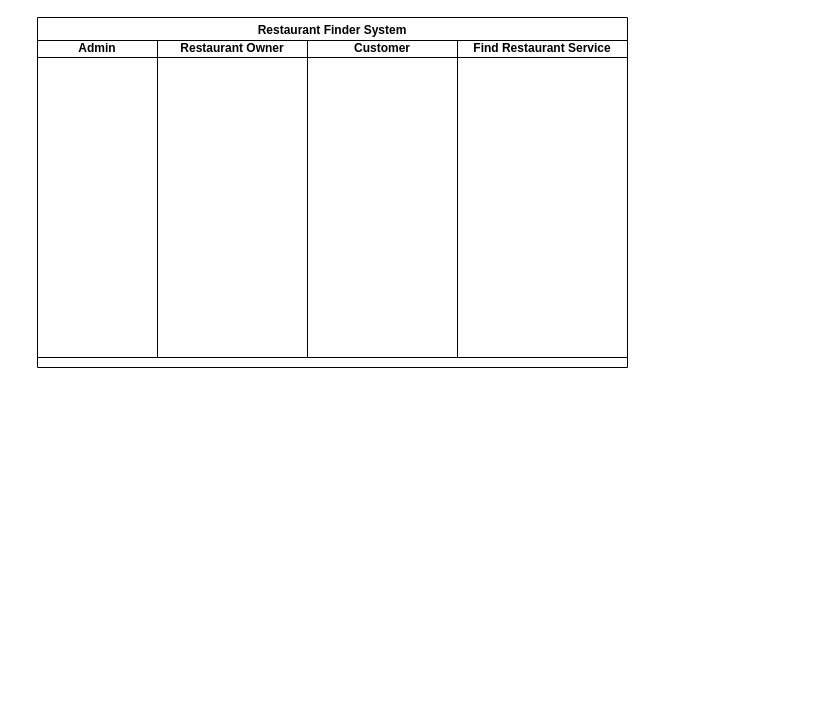
The draw.io diagram RestaurantFinder_ActivityDiagram.drawio in bijuchiriyankandath/restaurantFinder, before the edit. Source tidied: cells renumbered, new cells numbered last; positions are measured from the earlier drawing's top-left corner, leaving out a move shared by most shapes. Both pictures are drawn from the tidied source at 100%, with x=0, y=0 at pixel (37, 17).
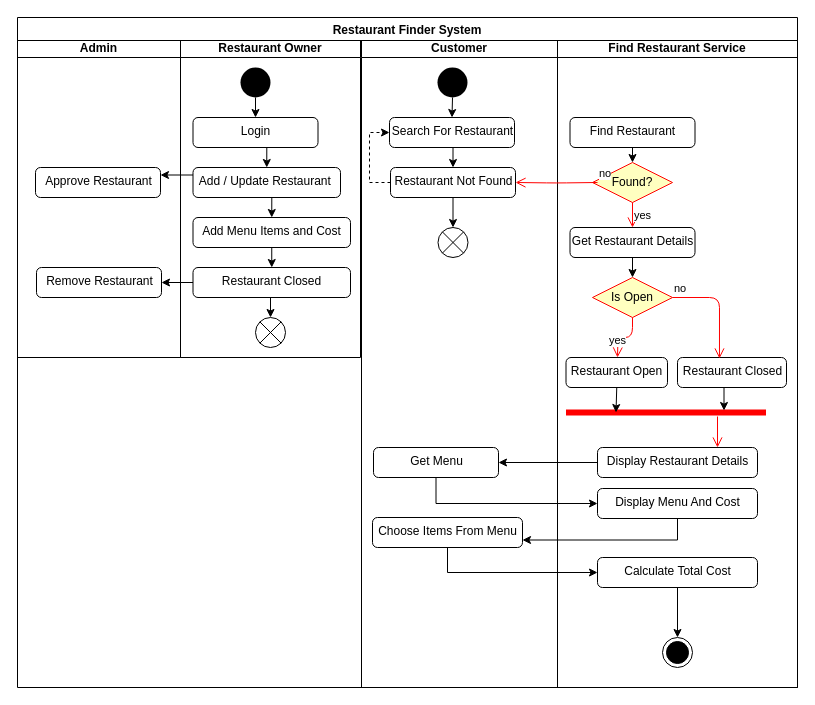
The same diagram, later.

What changed in the source:
```diff
@@
     <mxCell id="2" value="Admin" style="swimlane;startSize=20;" parent="1" vertex="1">
-      <mxGeometry y="20" width="120" height="320" as="geometry" />
+      <mxGeometry x="-20" y="20" width="163" height="320" as="geometry" />
     </mxCell>
+    <mxCell id="7" value="Approve Restaurant" style="html=1;align=center;verticalAlign=top;rounded=1;absoluteArcSize=1;arcSize=10;dashed=0;" parent="2" vertex="1">
+      <mxGeometry x="18" y="130" width="125" height="30" as="geometry" />
+    </mxCell>
+    <mxCell id="8" value="Remove Restaurant" style="html=1;align=center;verticalAlign=top;rounded=1;absoluteArcSize=1;arcSize=10;dashed=0;" parent="2" vertex="1">
+      <mxGeometry x="19" y="230" width="125" height="30" as="geometry" />
+    </mxCell>
     <mxCell id="3" value="Restaurant Owner" style="swimlane;startSize=20;" parent="1" vertex="1">
-      <mxGeometry x="120" y="20" width="150" height="320" as="geometry" />
+      <mxGeometry x="143" y="20" width="180" height="320" as="geometry" />
     </mxCell>
+    <mxCell id="9" style="edgeStyle=orthogonalEdgeStyle;rounded=0;jettySize=auto;html=1;exitX=0.5;exitY=1;exitDx=0;exitDy=0;entryX=0.5;entryY=0;entryDx=0;entryDy=0;" parent="3" edge="1" source="10" target="14">
+      <mxGeometry relative="1" as="geometry" />
+    </mxCell>
+    <mxCell id="10" value="Login" style="html=1;align=center;verticalAlign=top;rounded=1;absoluteArcSize=1;arcSize=10;dashed=0;" parent="3" vertex="1">
+      <mxGeometry x="12.5" y="80" width="125" height="30" as="geometry" />
+    </mxCell>
+    <mxCell id="11" style="edgeStyle=orthogonalEdgeStyle;rounded=0;jettySize=auto;html=1;exitX=0.5;exitY=1;exitDx=0;exitDy=0;entryX=0.5;entryY=0;entryDx=0;entryDy=0;" parent="3" edge="1" source="12" target="10">
+      <mxGeometry relative="1" as="geometry" />
+    </mxCell>
+    <mxCell id="12" style="ellipse;fillColor=#000000;strokeColor=none;" parent="3" vertex="1">
+      <mxGeometry x="60" y="30" width="30" height="30" as="geometry" />
+    </mxCell>
+    <mxCell id="13" style="edgeStyle=orthogonalEdgeStyle;rounded=0;jettySize=auto;html=1;exitX=0.5;exitY=1;exitDx=0;exitDy=0;entryX=0.5;entryY=0;entryDx=0;entryDy=0;" parent="3" edge="1" source="14" target="15">
+      <mxGeometry relative="1" as="geometry" />
+    </mxCell>
+    <mxCell id="14" value="Add / Update Restaurant&amp;nbsp;" style="html=1;align=center;verticalAlign=top;rounded=1;absoluteArcSize=1;arcSize=10;dashed=0;" parent="3" vertex="1">
+      <mxGeometry x="12.5" y="130" width="147.5" height="30" as="geometry" />
+    </mxCell>
+    <mxCell id="15" value="Add Menu Items and Cost" style="html=1;align=center;verticalAlign=top;rounded=1;absoluteArcSize=1;arcSize=10;dashed=0;" parent="3" vertex="1">
+      <mxGeometry x="12.5" y="180" width="157.5" height="30" as="geometry" />
+    </mxCell>
+    <mxCell id="16" style="shape=sumEllipse;perimeter=ellipsePerimeter;whiteSpace=wrap;html=1;backgroundOutline=1;" parent="3" vertex="1">
+      <mxGeometry x="75" y="280" width="30" height="30" as="geometry" />
+    </mxCell>
+    <mxCell id="17" style="edgeStyle=orthogonalEdgeStyle;rounded=0;jettySize=auto;html=1;exitX=0.5;exitY=1;exitDx=0;exitDy=0;entryX=0.5;entryY=0;entryDx=0;entryDy=0;" parent="3" edge="1" source="18" target="16">
+      <mxGeometry relative="1" as="geometry" />
+    </mxCell>
+    <mxCell id="18" value="Restaurant Closed" style="html=1;align=center;verticalAlign=top;rounded=1;absoluteArcSize=1;arcSize=10;dashed=0;" parent="3" vertex="1">
+      <mxGeometry x="12.5" y="230" width="157.5" height="30" as="geometry" />
+    </mxCell>
+    <mxCell id="19" style="edgeStyle=orthogonalEdgeStyle;rounded=0;jettySize=auto;html=1;exitX=0.5;exitY=1;exitDx=0;exitDy=0;entryX=0.5;entryY=0;entryDx=0;entryDy=0;" parent="3" edge="1" source="15" target="18">
+      <mxGeometry relative="1" as="geometry" />
+    </mxCell>
     <mxCell id="4" value="Customer" style="swimlane;startSize=20;" parent="1" vertex="1">
-      <mxGeometry x="270" y="20" width="150" height="320" as="geometry" />
+      <mxGeometry x="324" y="20" width="196" height="650" as="geometry" />
     </mxCell>
+    <mxCell id="20" style="edgeStyle=orthogonalEdgeStyle;rounded=0;jettySize=auto;html=1;exitX=0.5;exitY=1;exitDx=0;exitDy=0;entryX=0.5;entryY=0;entryDx=0;entryDy=0;" parent="4" edge="1" source="21" target="23">
+      <mxGeometry relative="1" as="geometry" />
+    </mxCell>
+    <mxCell id="21" style="ellipse;fillColor=#000000;strokeColor=none;" parent="4" vertex="1">
+      <mxGeometry x="76" y="30" width="30" height="30" as="geometry" />
+    </mxCell>
+    <mxCell id="22" style="edgeStyle=orthogonalEdgeStyle;rounded=0;jettySize=auto;html=1;exitX=0.5;exitY=1;exitDx=0;exitDy=0;entryX=0.5;entryY=0;entryDx=0;entryDy=0;" parent="4" edge="1" source="23" target="25">
+      <mxGeometry relative="1" as="geometry" />
+    </mxCell>
+    <mxCell id="23" value="Search For Restaurant" style="html=1;align=center;verticalAlign=top;rounded=1;absoluteArcSize=1;arcSize=10;dashed=0;" parent="4" vertex="1">
+      <mxGeometry x="28" y="80" width="125" height="30" as="geometry" />
+    </mxCell>
+    <mxCell id="24" style="edgeStyle=orthogonalEdgeStyle;rounded=0;jettySize=auto;html=1;exitX=0;exitY=0.5;exitDx=0;exitDy=0;entryX=0;entryY=0.5;entryDx=0;entryDy=0;dashed=1;" parent="4" edge="1" source="25" target="23">
+      <mxGeometry relative="1" as="geometry" />
+    </mxCell>
+    <mxCell id="25" value="Restaurant Not Found" style="html=1;align=center;verticalAlign=top;rounded=1;absoluteArcSize=1;arcSize=10;dashed=0;" parent="4" vertex="1">
+      <mxGeometry x="29" y="130" width="125" height="30" as="geometry" />
+    </mxCell>
+    <mxCell id="26" value="Get Menu" style="html=1;align=center;verticalAlign=top;rounded=1;absoluteArcSize=1;arcSize=10;dashed=0;" parent="4" vertex="1">
+      <mxGeometry x="12" y="410" width="125" height="30" as="geometry" />
+    </mxCell>
+    <mxCell id="27" value="Choose Items From Menu" style="html=1;align=center;verticalAlign=top;rounded=1;absoluteArcSize=1;arcSize=10;dashed=0;" parent="4" vertex="1">
+      <mxGeometry x="11" y="480" width="150" height="30" as="geometry" />
+    </mxCell>
+    <mxCell id="28" style="shape=sumEllipse;perimeter=ellipsePerimeter;whiteSpace=wrap;html=1;backgroundOutline=1;" parent="4" vertex="1">
+      <mxGeometry x="76.5" y="190" width="30" height="30" as="geometry" />
+    </mxCell>
+    <mxCell id="29" style="edgeStyle=orthogonalEdgeStyle;rounded=0;jettySize=auto;html=1;exitX=0.5;exitY=1;exitDx=0;exitDy=0;entryX=0.5;entryY=0;entryDx=0;entryDy=0;" parent="4" edge="1" source="25" target="28">
+      <mxGeometry relative="1" as="geometry" />
+    </mxCell>
     <mxCell id="5" value="Find Restaurant Service" style="swimlane;startSize=20;" parent="1" vertex="1">
-      <mxGeometry x="420" y="20" width="170" height="320" as="geometry" />
+      <mxGeometry x="520" y="20" width="240" height="650" as="geometry" />
     </mxCell>
+    <mxCell id="30" style="edgeStyle=orthogonalEdgeStyle;rounded=0;jettySize=auto;html=1;exitX=0.5;exitY=1;exitDx=0;exitDy=0;entryX=0.5;entryY=0;entryDx=0;entryDy=0;" parent="5" edge="1" source="31" target="34">
+      <mxGeometry relative="1" as="geometry" />
+    </mxCell>
+    <mxCell id="31" value="Find Restaurant" style="html=1;align=center;verticalAlign=top;rounded=1;absoluteArcSize=1;arcSize=10;dashed=0;" parent="5" vertex="1">
+      <mxGeometry x="12.5" y="80" width="125" height="30" as="geometry" />
+    </mxCell>
+    <mxCell id="32" style="edgeStyle=orthogonalEdgeStyle;rounded=0;jettySize=auto;html=1;exitX=0.5;exitY=1;exitDx=0;exitDy=0;entryX=0.5;entryY=0;entryDx=0;entryDy=0;" parent="5" edge="1" source="33">
+      <mxGeometry relative="1" as="geometry">
+        <mxPoint x="75" y="240" as="targetPoint" />
+      </mxGeometry>
+    </mxCell>
+    <mxCell id="33" value="Get Restaurant Details" style="html=1;align=center;verticalAlign=top;rounded=1;absoluteArcSize=1;arcSize=10;dashed=0;" parent="5" vertex="1">
+      <mxGeometry x="12.5" y="190" width="125" height="30" as="geometry" />
+    </mxCell>
+    <mxCell id="34" value="Found?" style="rhombus;whiteSpace=wrap;html=1;fillColor=#ffffc0;strokeColor=#ff0000;" parent="5" vertex="1">
+      <mxGeometry x="35" y="125" width="80" height="40" as="geometry" />
+    </mxCell>
+    <mxCell id="35" value="yes" style="edgeStyle=orthogonalEdgeStyle;html=1;align=left;verticalAlign=top;endArrow=open;endSize=8;strokeColor=#ff0000;exitX=0.5;exitY=1;exitDx=0;exitDy=0;" parent="5" edge="1" source="34">
+      <mxGeometry x="-1" relative="1" as="geometry">
+        <mxPoint x="75" y="190" as="targetPoint" />
+        <Array as="points">
+          <mxPoint x="75" y="190" />
+          <mxPoint x="75" y="190" />
+        </Array>
+      </mxGeometry>
+    </mxCell>
+    <mxCell id="36" value="Restaurant Open" style="html=1;align=center;verticalAlign=top;rounded=1;absoluteArcSize=1;arcSize=10;dashed=0;" parent="5" vertex="1">
+      <mxGeometry x="8.5" y="320" width="101.5" height="30" as="geometry" />
+    </mxCell>
+    <mxCell id="37" value="Restaurant Closed" style="html=1;align=center;verticalAlign=top;rounded=1;absoluteArcSize=1;arcSize=10;dashed=0;" parent="5" vertex="1">
+      <mxGeometry x="120" y="320" width="109" height="30" as="geometry" />
+    </mxCell>
+    <mxCell id="38" value="Is Open" style="rhombus;whiteSpace=wrap;html=1;fillColor=#ffffc0;strokeColor=#ff0000;" parent="5" vertex="1">
+      <mxGeometry x="35" y="240" width="80" height="40" as="geometry" />
+    </mxCell>
+    <mxCell id="39" value="no" style="edgeStyle=orthogonalEdgeStyle;html=1;align=left;verticalAlign=bottom;endArrow=open;endSize=8;strokeColor=#ff0000;entryX=0.385;entryY=0.033;entryDx=0;entryDy=0;entryPerimeter=0;" parent="5" edge="1" source="38" target="37">
+      <mxGeometry x="-1" relative="1" as="geometry" />
+    </mxCell>
+    <mxCell id="40" value="yes" style="edgeStyle=orthogonalEdgeStyle;html=1;align=left;verticalAlign=top;endArrow=open;endSize=8;strokeColor=#ff0000;" parent="5" edge="1" source="38">
+      <mxGeometry x="0.27" y="-14" relative="1" as="geometry">
+        <mxPoint x="60" y="320" as="targetPoint" />
+        <mxPoint x="4" y="-10" as="offset" />
+      </mxGeometry>
+    </mxCell>
+    <mxCell id="41" value="Display Restaurant Details" style="html=1;align=center;verticalAlign=top;rounded=1;absoluteArcSize=1;arcSize=10;dashed=0;" parent="5" vertex="1">
+      <mxGeometry x="40" y="410" width="160" height="30" as="geometry" />
+    </mxCell>
+    <mxCell id="42" value="Display Menu And Cost" style="html=1;align=center;verticalAlign=top;rounded=1;absoluteArcSize=1;arcSize=10;dashed=0;" parent="5" vertex="1">
+      <mxGeometry x="40" y="451" width="160" height="30" as="geometry" />
+    </mxCell>
+    <mxCell id="43" style="edgeStyle=orthogonalEdgeStyle;rounded=0;jettySize=auto;html=1;exitX=0.5;exitY=1;exitDx=0;exitDy=0;entryX=0.5;entryY=0;entryDx=0;entryDy=0;" parent="5" edge="1" source="44" target="45">
+      <mxGeometry relative="1" as="geometry" />
+    </mxCell>
+    <mxCell id="44" value="Calculate Total Cost" style="html=1;align=center;verticalAlign=top;rounded=1;absoluteArcSize=1;arcSize=10;dashed=0;" parent="5" vertex="1">
+      <mxGeometry x="40" y="520" width="160" height="30" as="geometry" />
+    </mxCell>
+    <mxCell id="45" style="ellipse;html=1;shape=endState;fillColor=#000000;strokeColor=#000000;" parent="5" vertex="1">
+      <mxGeometry x="105" y="600" width="30" height="30" as="geometry" />
+    </mxCell>
+    <mxCell id="46" style="shape=line;html=1;strokeWidth=6;strokeColor=#ff0000;" parent="5" vertex="1">
+      <mxGeometry x="8.5" y="370" width="200" height="10" as="geometry" />
+    </mxCell>
+    <mxCell id="47" style="edgeStyle=orthogonalEdgeStyle;rounded=0;jettySize=auto;html=1;exitX=0.5;exitY=1;exitDx=0;exitDy=0;entryX=0.25;entryY=0.5;entryDx=0;entryDy=0;entryPerimeter=0;" parent="5" edge="1" source="36" target="46">
+      <mxGeometry relative="1" as="geometry" />
+    </mxCell>
+    <mxCell id="48" style="edgeStyle=orthogonalEdgeStyle;rounded=0;jettySize=auto;html=1;exitX=0.5;exitY=1;exitDx=0;exitDy=0;entryX=0.79;entryY=0.3;entryDx=0;entryDy=0;entryPerimeter=0;" parent="5" edge="1" source="37" target="46">
+      <mxGeometry relative="1" as="geometry" />
+    </mxCell>
     <mxCell id="6" value="Restaurant Finder System" style="swimlane;" parent="1" vertex="1">
-      <mxGeometry width="590" height="350" as="geometry" />
+      <mxGeometry x="-20" width="780" height="670" as="geometry" />
     </mxCell>
+    <mxCell id="49" style="edgeStyle=orthogonalEdgeStyle;html=1;verticalAlign=bottom;endArrow=open;endSize=8;strokeColor=#ff0000;" parent="6" edge="1">
+      <mxGeometry relative="1" as="geometry">
+        <mxPoint x="700" y="399" as="sourcePoint" />
+        <mxPoint x="700" y="430" as="targetPoint" />
+      </mxGeometry>
+    </mxCell>
+    <mxCell id="50" value="no" style="edgeStyle=orthogonalEdgeStyle;html=1;align=left;verticalAlign=bottom;endArrow=open;endSize=8;strokeColor=#ff0000;entryX=1;entryY=0.5;entryDx=0;entryDy=0;" parent="1" edge="1" target="25">
+      <mxGeometry x="-1" relative="1" as="geometry">
+        <mxPoint x="560" y="165" as="sourcePoint" />
+      </mxGeometry>
+    </mxCell>
+    <mxCell id="51" style="edgeStyle=orthogonalEdgeStyle;rounded=0;jettySize=auto;html=1;exitX=0;exitY=0.5;exitDx=0;exitDy=0;entryX=1;entryY=0.5;entryDx=0;entryDy=0;" parent="1" edge="1" source="41" target="26">
+      <mxGeometry relative="1" as="geometry" />
+    </mxCell>
+    <mxCell id="52" style="edgeStyle=orthogonalEdgeStyle;rounded=0;jettySize=auto;html=1;exitX=0.5;exitY=1;exitDx=0;exitDy=0;entryX=0;entryY=0.5;entryDx=0;entryDy=0;" parent="1" edge="1" source="26" target="42">
+      <mxGeometry relative="1" as="geometry" />
+    </mxCell>
+    <mxCell id="53" style="edgeStyle=orthogonalEdgeStyle;rounded=0;jettySize=auto;html=1;exitX=0.5;exitY=1;exitDx=0;exitDy=0;entryX=1;entryY=0.75;entryDx=0;entryDy=0;" parent="1" edge="1" source="42" target="27">
+      <mxGeometry relative="1" as="geometry" />
+    </mxCell>
+    <mxCell id="54" style="edgeStyle=orthogonalEdgeStyle;rounded=0;jettySize=auto;html=1;exitX=0.5;exitY=1;exitDx=0;exitDy=0;entryX=0;entryY=0.5;entryDx=0;entryDy=0;" parent="1" edge="1" source="27" target="44">
+      <mxGeometry relative="1" as="geometry" />
+    </mxCell>
+    <mxCell id="55" style="edgeStyle=orthogonalEdgeStyle;rounded=0;jettySize=auto;html=1;exitX=0;exitY=0.25;exitDx=0;exitDy=0;entryX=1;entryY=0.25;entryDx=0;entryDy=0;" parent="1" edge="1" source="14" target="7">
+      <mxGeometry relative="1" as="geometry" />
+    </mxCell>
+    <mxCell id="56" style="edgeStyle=orthogonalEdgeStyle;rounded=0;jettySize=auto;html=1;exitX=0;exitY=0.5;exitDx=0;exitDy=0;entryX=1;entryY=0.5;entryDx=0;entryDy=0;" parent="1" edge="1" source="18" target="8">
+      <mxGeometry relative="1" as="geometry" />
+    </mxCell>
```
